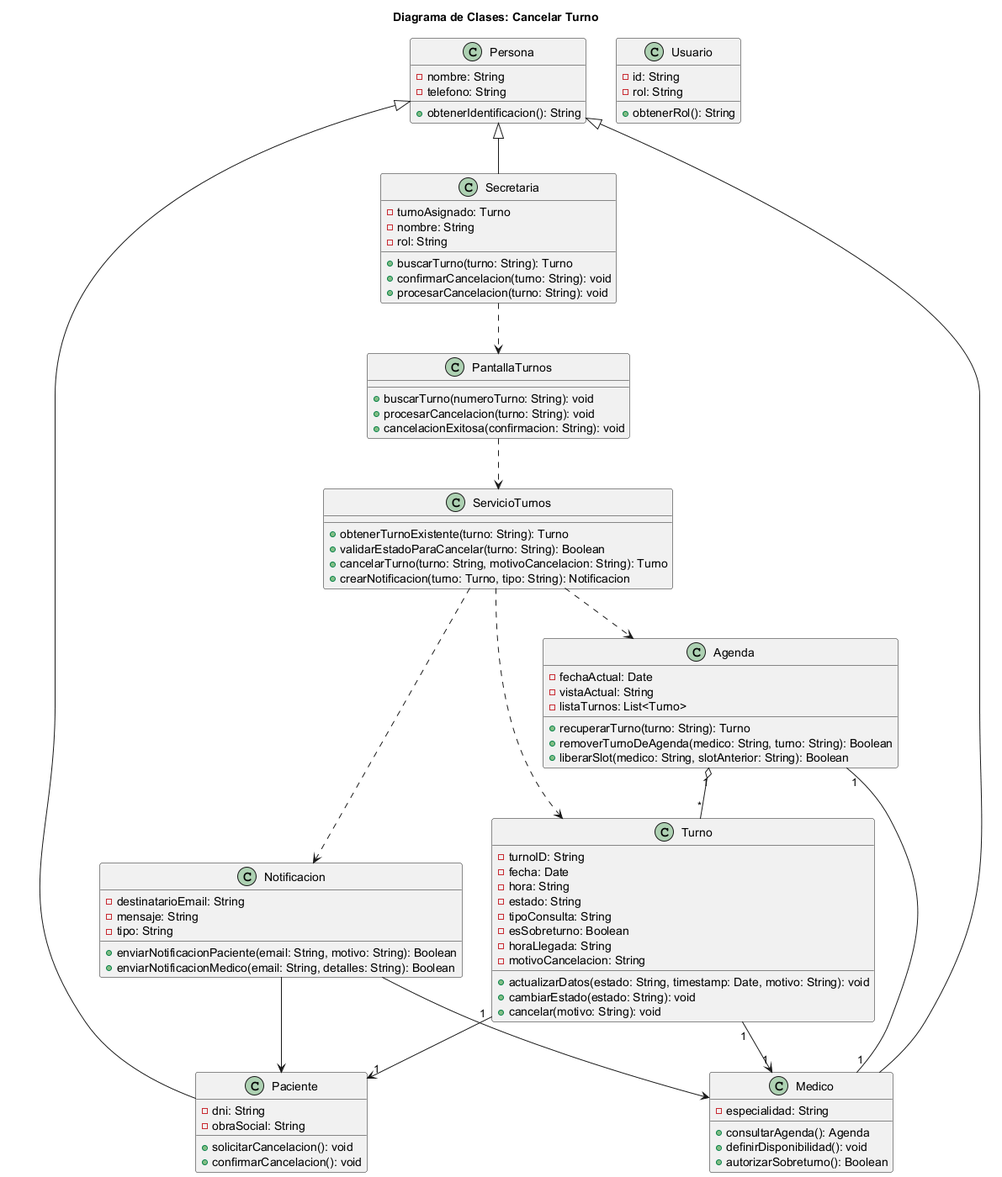
This is diagramas/01-diagrama-clases/03-clases-cancelar-turno-03.png from Purezaamor/SistemaTurnosMedicos, a PlantUML export, as it was before one commit.
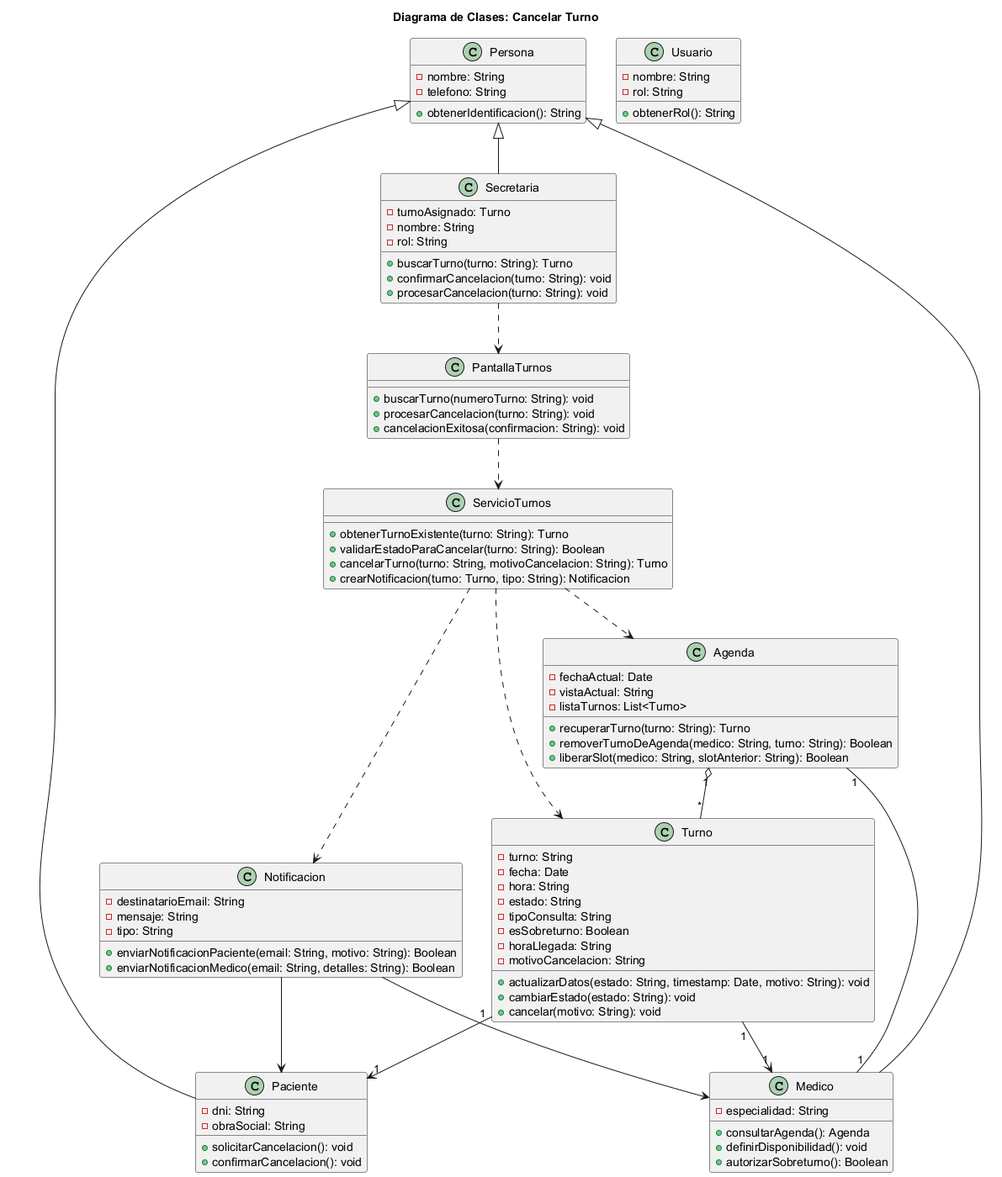
Later version of the same file.

Commit message:
fix: corrige RCN5 , RCN2, RCN3, RCN4

What changed in the source:
```diff
@@ -8,7 +8,7 @@
 }
 
 class Usuario {
-  - id: String
+  - nombre: String
   - rol: String
   + obtenerRol(): String
 }
@@ -46,7 +46,7 @@
 }
 
 class Turno {
-  - turnoID: String
+  - turno: String
   - fecha: Date
   - hora: String
   - estado: String
```
